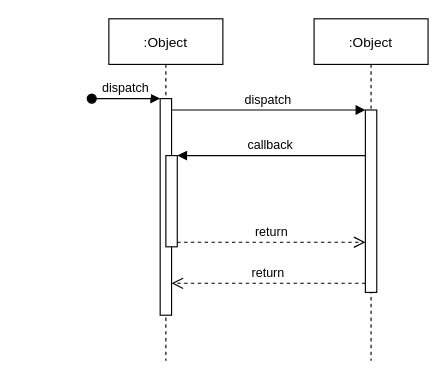
The draw.io diagram async-tests/Untitled Diagram.drawio in PiotrJustyna/charts, before the edit. Source tidied: cells renumbered, new cells numbered last; positions are measured from the earlier drawing's top-left corner, leaving out a move shared by most shapes. Both pictures are drawn from the tidied source at 114%, with x=0, y=0 at pixel (91, 18).
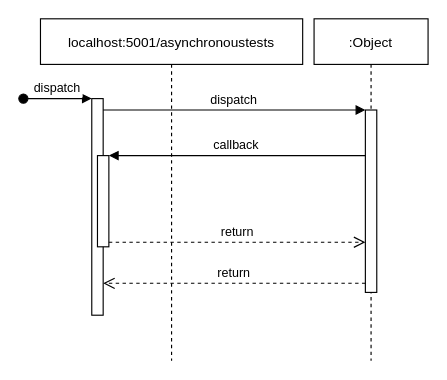
The same page after the edit.

What changed in the source:
```diff
@@
 <mxGraphModel>
   <root>
     <mxCell id="0" />
     <mxCell id="1" parent="0" />
-    <mxCell id="2" value=":Object" style="shape=umlLifeline;perimeter=lifelinePerimeter;rounded=0;shadow=0;strokeWidth=1;" parent="1" vertex="1">
-      <mxGeometry x="15" width="100" height="300" as="geometry" />
+    <mxCell id="2" value="localhost:5001/asynchronoustests" style="shape=umlLifeline;perimeter=lifelinePerimeter;rounded=0;shadow=0;strokeWidth=1;" parent="1" vertex="1">
+      <mxGeometry x="-45" width="230" height="300" as="geometry" />
     </mxCell>
     <mxCell id="3" style="points=[];perimeter=orthogonalPerimeter;rounded=0;shadow=0;strokeWidth=1;" parent="2" vertex="1">
       <mxGeometry x="45" y="70" width="10" height="190" as="geometry" />
     </mxCell>
     <mxCell id="4" value="dispatch" style="verticalAlign=bottom;startArrow=oval;endArrow=block;startSize=8;shadow=0;strokeWidth=1;" parent="2" edge="1" target="3">
       <mxGeometry relative="1" as="geometry">
         <mxPoint x="-15" y="70" as="sourcePoint" />
       </mxGeometry>
     </mxCell>
     <mxCell id="5" style="points=[];perimeter=orthogonalPerimeter;rounded=0;shadow=0;strokeWidth=1;" parent="2" vertex="1">
       <mxGeometry x="50" y="120" width="10" height="80" as="geometry" />
     </mxCell>
     <mxCell id="6" value=":Object" style="shape=umlLifeline;perimeter=lifelinePerimeter;rounded=0;shadow=0;strokeWidth=1;" parent="1" vertex="1">
       <mxGeometry x="195" width="100" height="300" as="geometry" />
     </mxCell>
     <mxCell id="7" style="points=[];perimeter=orthogonalPerimeter;rounded=0;shadow=0;strokeWidth=1;" parent="6" vertex="1">
       <mxGeometry x="45" y="80" width="10" height="160" as="geometry" />
     </mxCell>
     <mxCell id="8" value="return" style="verticalAlign=bottom;endArrow=open;dashed=1;endSize=8;exitX=0;exitY=0.95;shadow=0;strokeWidth=1;" parent="1" edge="1" source="7" target="3">
       <mxGeometry relative="1" as="geometry" />
     </mxCell>
     <mxCell id="9" value="dispatch" style="verticalAlign=bottom;endArrow=block;entryX=0;entryY=0;shadow=0;strokeWidth=1;" parent="1" edge="1" source="3" target="7">
       <mxGeometry relative="1" as="geometry" />
     </mxCell>
     <mxCell id="10" value="callback" style="verticalAlign=bottom;endArrow=block;entryX=1;entryY=0;shadow=0;strokeWidth=1;" parent="1" edge="1" source="7" target="5">
       <mxGeometry relative="1" as="geometry" />
     </mxCell>
     <mxCell id="11" value="return" style="verticalAlign=bottom;endArrow=open;dashed=1;endSize=8;exitX=1;exitY=0.95;shadow=0;strokeWidth=1;" parent="1" edge="1" source="5" target="7">
       <mxGeometry relative="1" as="geometry" />
     </mxCell>
   </root>
 </mxGraphModel>
```
